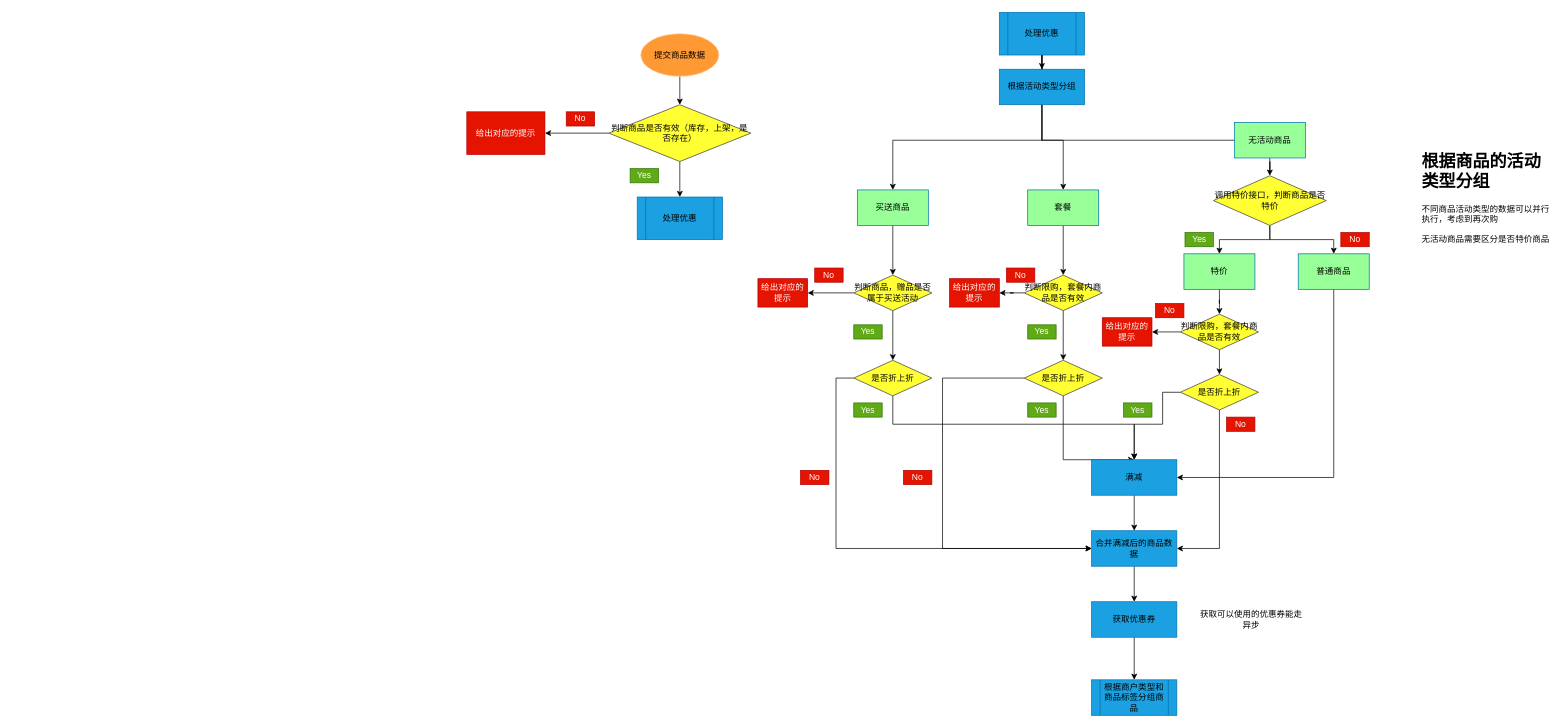
wangkan0426/hello-world keeps this draw.io diagram as Untitled Diagram.drawio. Above is the earlier version. Source tidied: cells renumbered, new cells numbered last; positions are measured from the earlier drawing's top-left corner, leaving out a move shared by most shapes. Both pictures are drawn from the tidied source at 71%, with x=0, y=0 at pixel (466, 12).
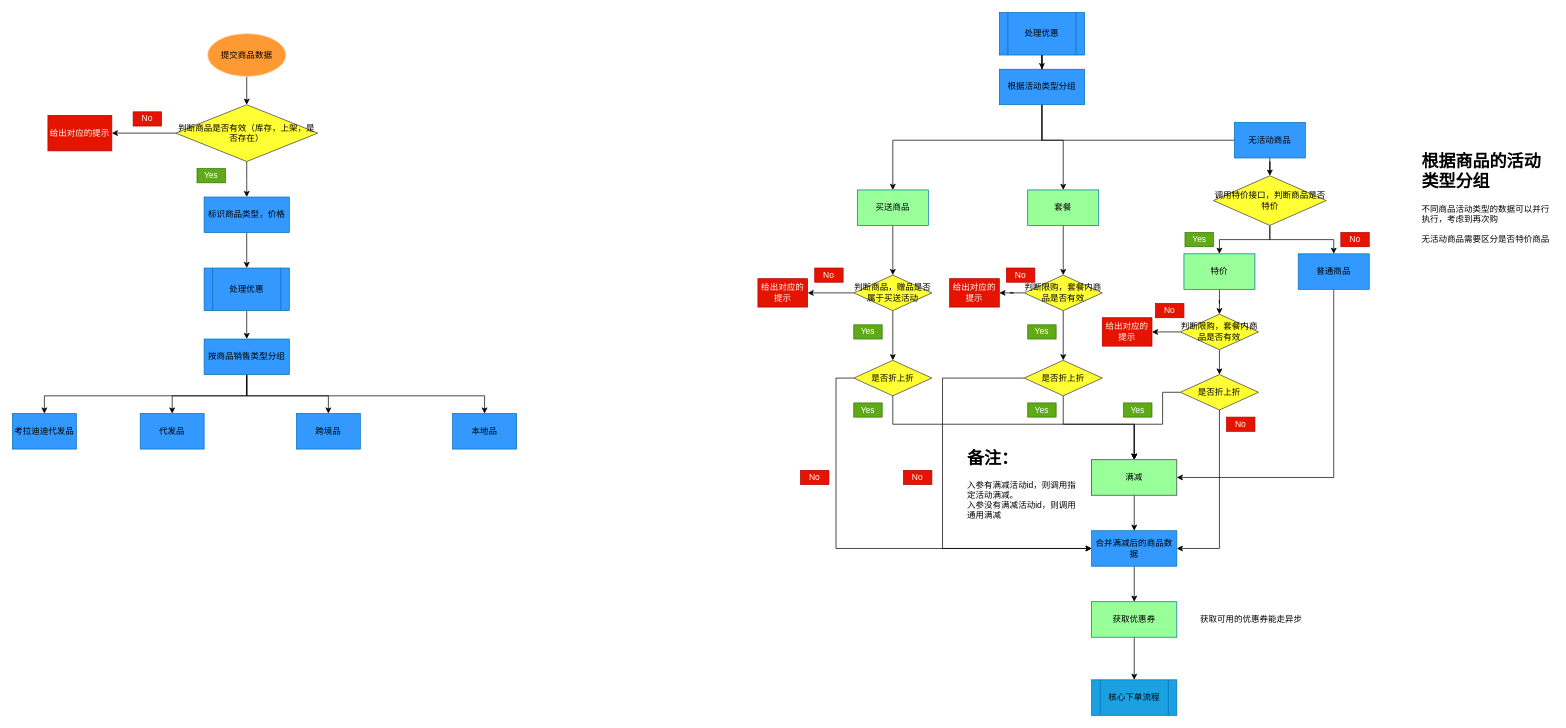
Above is the later version.

Unchanged cells that the change refers to:
```xml
<mxCell id="24" value="是否折上折" style="rhombus;whiteSpace=wrap;html=1;strokeColor=#36393d;fillColor=#FFFF33;" parent="1" vertex="1">
  <mxGeometry x="545" y="490" width="110" height="50" as="geometry" />
</mxCell>
```

What changed in the source:
```diff
@@
     <mxCell id="3" value="提交商品数据" style="ellipse;whiteSpace=wrap;html=1;strokeColor=#FFCC99;fillColor=#FF9933;" parent="1" vertex="1">
-      <mxGeometry x="245" y="30" width="110" height="60" as="geometry" />
+      <mxGeometry x="-365" y="30" width="110" height="60" as="geometry" />
     </mxCell>
@@
-    <mxCell id="5" style="edgeStyle=orthogonalEdgeStyle;rounded=0;jettySize=auto;html=1;" parent="1" edge="1" source="6" target="9">
-      <mxGeometry relative="1" as="geometry" />
+    <mxCell id="5" style="edgeStyle=orthogonalEdgeStyle;rounded=0;jettySize=auto;html=1;" parent="1" edge="1" source="6">
+      <mxGeometry relative="1" as="geometry">
+        <mxPoint x="-310" y="260" as="targetPoint" />
+      </mxGeometry>
     </mxCell>
     <mxCell id="6" value="判断商品是否有效（库存，上架，是否存在）" style="rhombus;whiteSpace=wrap;html=1;strokeColor=#36393d;fillColor=#FFFF33;" parent="1" vertex="1">
-      <mxGeometry x="200" y="130" width="200" height="80" as="geometry" />
+      <mxGeometry x="-410" y="130" width="200" height="80" as="geometry" />
     </mxCell>
     <mxCell id="7" value="给出对应的提示" style="rounded=0;whiteSpace=wrap;html=1;strokeColor=#B20000;fillColor=#e51400;fontColor=#ffffff;" parent="1" vertex="1">
-      <mxGeometry y="140" width="110" height="60" as="geometry" />
+      <mxGeometry x="-590" y="145" width="90" height="50" as="geometry" />
     </mxCell>
     <mxCell id="8" value="No" style="text;html=1;strokeColor=#B20000;fillColor=#e51400;align=center;verticalAlign=middle;whiteSpace=wrap;rounded=0;fontColor=#ffffff;" parent="1" vertex="1">
-      <mxGeometry x="140" y="140" width="40" height="20" as="geometry" />
+      <mxGeometry x="-470" y="140" width="40" height="20" as="geometry" />
     </mxCell>
+    <mxCell id="73" style="edgeStyle=orthogonalEdgeStyle;rounded=0;jettySize=auto;html=1;" parent="1" edge="1" source="9" target="80">
+      <mxGeometry relative="1" as="geometry" />
+    </mxCell>
-    <mxCell id="9" value="&lt;font color=&quot;#000000&quot;&gt;处理优惠&lt;/font&gt;" style="shape=process;whiteSpace=wrap;html=1;backgroundOutline=1;strokeColor=#006EAF;fillColor=#1ba1e2;fontColor=#ffffff;" parent="1" vertex="1">
-      <mxGeometry x="240" y="260" width="120" height="60" as="geometry" />
+    <mxCell id="9" value="&lt;font color=&quot;#000000&quot;&gt;处理优惠&lt;/font&gt;" style="shape=process;whiteSpace=wrap;html=1;backgroundOutline=1;strokeColor=#006EAF;fontColor=#ffffff;fillColor=#3399FF;" parent="1" vertex="1">
+      <mxGeometry x="-370" y="360" width="120" height="60" as="geometry" />
     </mxCell>
     <mxCell id="10" value="Yes" style="text;html=1;strokeColor=#2D7600;fillColor=#60a917;align=center;verticalAlign=middle;whiteSpace=wrap;rounded=0;fontColor=#ffffff;" parent="1" vertex="1">
-      <mxGeometry x="230" y="220" width="40" height="20" as="geometry" />
+      <mxGeometry x="-380" y="220" width="40" height="20" as="geometry" />
     </mxCell>
@@
-    <mxCell id="13" value="&lt;font color=&quot;#000000&quot;&gt;处理优惠&lt;/font&gt;" style="shape=process;whiteSpace=wrap;html=1;backgroundOutline=1;strokeColor=#006EAF;fillColor=#1ba1e2;fontColor=#ffffff;" parent="1" vertex="1">
+    <mxCell id="13" value="&lt;font color=&quot;#000000&quot;&gt;处理优惠&lt;/font&gt;" style="shape=process;whiteSpace=wrap;html=1;backgroundOutline=1;strokeColor=#006EAF;fontColor=#ffffff;fillColor=#3399FF;" parent="1" vertex="1">
       <mxGeometry x="750" width="120" height="60" as="geometry" />
     </mxCell>
@@
-    <mxCell id="21" value="&lt;font color=&quot;#000000&quot;&gt;普通商品&lt;/font&gt;" style="rounded=0;whiteSpace=wrap;html=1;strokeColor=#006EAF;fontColor=#ffffff;fillColor=#99FF99;" parent="1" vertex="1">
+    <mxCell id="21" value="&lt;font color=&quot;#000000&quot;&gt;普通商品&lt;/font&gt;" style="rounded=0;whiteSpace=wrap;html=1;strokeColor=#006EAF;fontColor=#ffffff;fillColor=#3399FF;" parent="1" vertex="1">
       <mxGeometry x="1171" y="340" width="100" height="50" as="geometry" />
     </mxCell>
     <mxCell id="22" style="edgeStyle=orthogonalEdgeStyle;rounded=0;jettySize=auto;html=1;entryX=0.5;entryY=0;entryDx=0;entryDy=0;" parent="1" edge="1" source="24" target="32">
       <mxGeometry relative="1" as="geometry">
         <Array as="points">
           <mxPoint x="600" y="580" />
-          <mxPoint x="840" y="580" />
+          <mxPoint x="940" y="580" />
         </Array>
       </mxGeometry>
     </mxCell>
@@
-    <mxCell id="32" value="&lt;font color=&quot;#000000&quot;&gt;满减&lt;/font&gt;" style="rounded=0;whiteSpace=wrap;html=1;strokeColor=#006EAF;fillColor=#1ba1e2;fontColor=#ffffff;" parent="1" vertex="1">
+    <mxCell id="32" value="&lt;font color=&quot;#000000&quot;&gt;满减&lt;/font&gt;" style="rounded=0;whiteSpace=wrap;html=1;strokeColor=#36393d;fillColor=#99FF99;" parent="1" vertex="1">
       <mxGeometry x="880" y="630" width="120" height="50" as="geometry" />
     </mxCell>
@@
-    <mxCell id="36" value="&lt;font color=&quot;#000000&quot;&gt;根据商户类型和商品标签分组商品&lt;/font&gt;" style="shape=process;whiteSpace=wrap;html=1;backgroundOutline=1;strokeColor=#006EAF;fillColor=#1ba1e2;fontColor=#ffffff;" parent="1" vertex="1">
+    <mxCell id="36" value="&lt;font color=&quot;#000000&quot;&gt;核心下单流程&lt;/font&gt;" style="shape=process;whiteSpace=wrap;html=1;backgroundOutline=1;strokeColor=#006EAF;fillColor=#1ba1e2;fontColor=#ffffff;" parent="1" vertex="1">
       <mxGeometry x="880" y="940" width="120" height="50" as="geometry" />
     </mxCell>
@@
-    <mxCell id="38" value="&lt;font color=&quot;#000000&quot;&gt;合并满减后的商品数据&lt;/font&gt;" style="rounded=0;whiteSpace=wrap;html=1;strokeColor=#006EAF;fillColor=#1ba1e2;fontColor=#ffffff;" parent="1" vertex="1">
+    <mxCell id="38" value="&lt;font color=&quot;#000000&quot;&gt;合并满减后的商品数据&lt;/font&gt;" style="rounded=0;whiteSpace=wrap;html=1;strokeColor=#006EAF;fontColor=#ffffff;fillColor=#3399FF;" parent="1" vertex="1">
       <mxGeometry x="880" y="730" width="120" height="50" as="geometry" />
     </mxCell>
@@
-    <mxCell id="40" value="&lt;font color=&quot;#000000&quot;&gt;获取优惠券&lt;/font&gt;" style="rounded=0;whiteSpace=wrap;html=1;strokeColor=#006EAF;fillColor=#1ba1e2;fontColor=#ffffff;" parent="1" vertex="1">
+    <mxCell id="40" value="&lt;font color=&quot;#000000&quot;&gt;获取优惠券&lt;/font&gt;" style="rounded=0;whiteSpace=wrap;html=1;strokeColor=#006EAF;fontColor=#ffffff;fillColor=#99FF99;" parent="1" vertex="1">
       <mxGeometry x="880" y="830" width="120" height="50" as="geometry" />
     </mxCell>
@@
-    <mxCell id="44" value="获取可以使用的优惠券能走异步" style="text;html=1;strokeColor=none;fillColor=none;align=center;verticalAlign=middle;whiteSpace=wrap;rounded=0;" parent="1" vertex="1">
+    <mxCell id="44" value="获取可用的优惠券能走异步" style="text;html=1;strokeColor=none;fillColor=none;align=center;verticalAlign=middle;whiteSpace=wrap;rounded=0;" parent="1" vertex="1">
       <mxGeometry x="1030" y="837.5" width="150" height="35" as="geometry" />
     </mxCell>
@@
-    <mxCell id="59" value="&lt;font color=&quot;#000000&quot;&gt;根据活动类型分组&lt;/font&gt;" style="rounded=0;whiteSpace=wrap;html=1;strokeColor=#006EAF;fillColor=#1ba1e2;fontColor=#ffffff;" parent="1" vertex="1">
+    <mxCell id="59" value="&lt;font color=&quot;#000000&quot;&gt;根据活动类型分组&lt;/font&gt;" style="rounded=0;whiteSpace=wrap;html=1;strokeColor=#006EAF;fontColor=#ffffff;fillColor=#3399FF;" parent="1" vertex="1">
       <mxGeometry x="750" y="80" width="120" height="50" as="geometry" />
     </mxCell>
@@
-    <mxCell id="62" value="&lt;font color=&quot;#000000&quot;&gt;无活动商品&lt;/font&gt;" style="rounded=0;whiteSpace=wrap;html=1;strokeColor=#006EAF;fontColor=#ffffff;fillColor=#99FF99;" parent="1" vertex="1">
+    <mxCell id="62" value="&lt;font color=&quot;#000000&quot;&gt;无活动商品&lt;/font&gt;" style="rounded=0;whiteSpace=wrap;html=1;strokeColor=#006EAF;fontColor=#ffffff;fillColor=#3399FF;" parent="1" vertex="1">
       <mxGeometry x="1081" y="155" width="100" height="50" as="geometry" />
     </mxCell>
@@
+    <mxCell id="74" style="edgeStyle=orthogonalEdgeStyle;rounded=0;jettySize=auto;html=1;" parent="1" edge="1" source="75" target="9">
+      <mxGeometry relative="1" as="geometry" />
+    </mxCell>
+    <mxCell id="75" value="&lt;font color=&quot;#000000&quot;&gt;标识商品类型，价格&lt;/font&gt;" style="rounded=0;whiteSpace=wrap;html=1;strokeColor=#006EAF;fontColor=#ffffff;fillColor=#3399FF;" parent="1" vertex="1">
+      <mxGeometry x="-370" y="260" width="120" height="50" as="geometry" />
+    </mxCell>
+    <mxCell id="76" style="edgeStyle=orthogonalEdgeStyle;rounded=0;jettySize=auto;html=1;entryX=0.5;entryY=0;entryDx=0;entryDy=0;" parent="1" edge="1" source="80" target="81">
+      <mxGeometry relative="1" as="geometry">
+        <Array as="points">
+          <mxPoint x="-310" y="540" />
+          <mxPoint x="-595" y="540" />
+        </Array>
+      </mxGeometry>
+    </mxCell>
+    <mxCell id="77" style="edgeStyle=orthogonalEdgeStyle;rounded=0;jettySize=auto;html=1;" parent="1" edge="1" source="80" target="82">
+      <mxGeometry relative="1" as="geometry">
+        <Array as="points">
+          <mxPoint x="-310" y="540" />
+          <mxPoint x="-415" y="540" />
+        </Array>
+      </mxGeometry>
+    </mxCell>
+    <mxCell id="78" style="edgeStyle=orthogonalEdgeStyle;rounded=0;jettySize=auto;html=1;entryX=0.5;entryY=0;entryDx=0;entryDy=0;" parent="1" edge="1" source="80" target="83">
+      <mxGeometry relative="1" as="geometry">
+        <Array as="points">
+          <mxPoint x="-310" y="540" />
+          <mxPoint x="-195" y="540" />
+        </Array>
+      </mxGeometry>
+    </mxCell>
+    <mxCell id="79" style="edgeStyle=orthogonalEdgeStyle;rounded=0;jettySize=auto;html=1;" parent="1" edge="1" source="80" target="84">
+      <mxGeometry relative="1" as="geometry">
+        <Array as="points">
+          <mxPoint x="-310" y="540" />
+          <mxPoint x="25" y="540" />
+        </Array>
+      </mxGeometry>
+    </mxCell>
+    <mxCell id="80" value="&lt;font color=&quot;#000000&quot;&gt;按商品销售类型分组&lt;/font&gt;" style="rounded=0;whiteSpace=wrap;html=1;strokeColor=#006EAF;fontColor=#ffffff;fillColor=#3399FF;" parent="1" vertex="1">
+      <mxGeometry x="-370" y="460" width="120" height="50" as="geometry" />
+    </mxCell>
+    <mxCell id="81" value="&lt;font color=&quot;#000000&quot;&gt;考拉迪迪代发品&lt;/font&gt;" style="rounded=0;whiteSpace=wrap;html=1;strokeColor=#006EAF;fontColor=#ffffff;fillColor=#3399FF;" parent="1" vertex="1">
+      <mxGeometry x="-640" y="565" width="90" height="50" as="geometry" />
+    </mxCell>
+    <mxCell id="82" value="&lt;font color=&quot;#000000&quot;&gt;代发品&lt;/font&gt;" style="rounded=0;whiteSpace=wrap;html=1;strokeColor=#006EAF;fontColor=#ffffff;fillColor=#3399FF;" parent="1" vertex="1">
+      <mxGeometry x="-460" y="565" width="90" height="50" as="geometry" />
+    </mxCell>
+    <mxCell id="83" value="&lt;font color=&quot;#000000&quot;&gt;跨境品&lt;/font&gt;" style="rounded=0;whiteSpace=wrap;html=1;strokeColor=#006EAF;fontColor=#ffffff;fillColor=#3399FF;" parent="1" vertex="1">
+      <mxGeometry x="-240" y="565" width="90" height="50" as="geometry" />
+    </mxCell>
+    <mxCell id="84" value="&lt;font color=&quot;#000000&quot;&gt;本地品&lt;/font&gt;" style="rounded=0;whiteSpace=wrap;html=1;strokeColor=#006EAF;fontColor=#ffffff;fillColor=#3399FF;" parent="1" vertex="1">
+      <mxGeometry x="-20" y="565" width="90" height="50" as="geometry" />
+    </mxCell>
+    <mxCell id="85" value="&lt;h1&gt;备注：&lt;/h1&gt;&lt;div&gt;入参有满减活动id，则调用指定活动满减。&lt;/div&gt;&lt;div&gt;入参没有满减活动id，则调用通用满减&lt;/div&gt;" style="text;html=1;strokeColor=none;fillColor=none;spacing=5;spacingTop=-20;whiteSpace=wrap;overflow=hidden;rounded=0;" parent="1" vertex="1">
+      <mxGeometry x="700" y="607.5" width="170" height="142.5" as="geometry" />
+    </mxCell>
```
